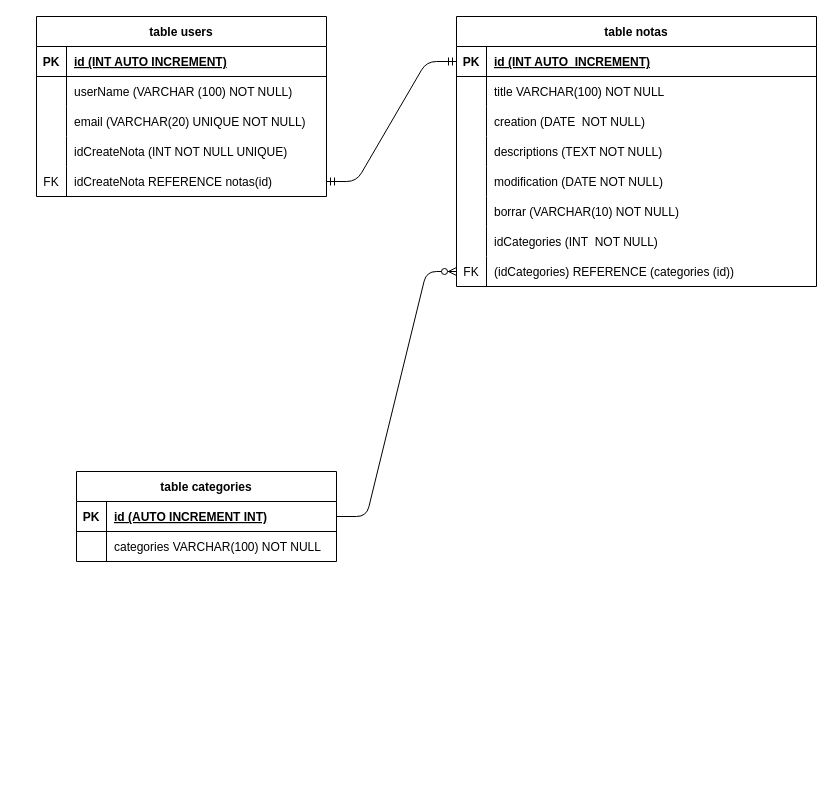
Before: dibujo.drawio in julianCaloggi/tp-mysql, a draw.io diagram. Source tidied: cells renumbered, new cells numbered last; positions are measured from the earlier drawing's top-left corner, leaving out a move shared by most shapes. Both pictures are drawn from the tidied source at 100%, with x=0, y=0 at pixel (36, 16).
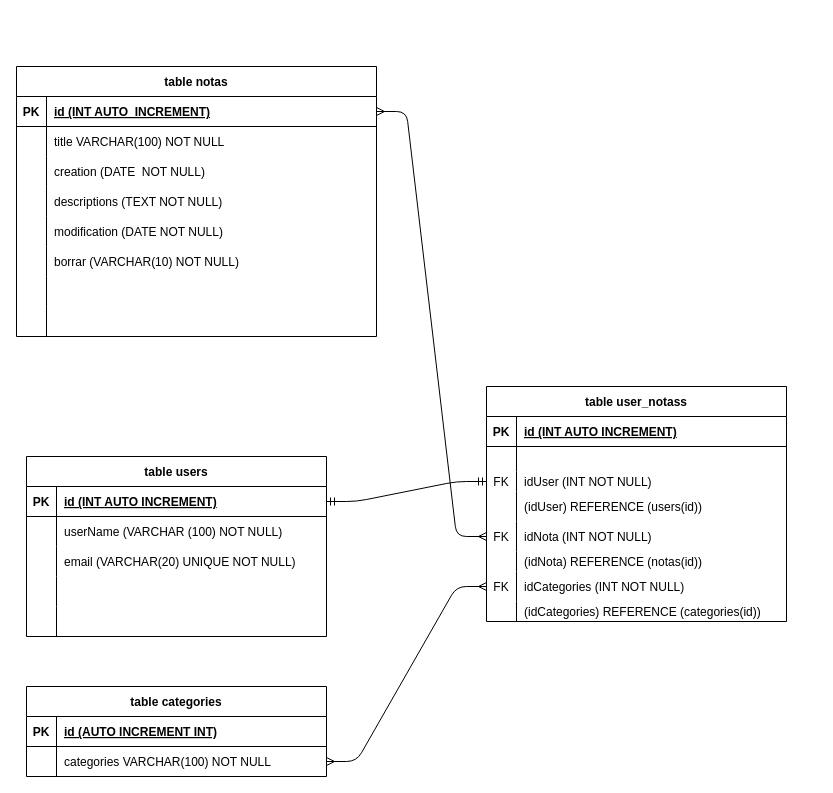
The same page after the edit.

The change refers to these unchanged cells:
```xml
<mxCell id="10" style="shape=partialRectangle;fillColor=none;top=0;left=0;bottom=1;right=0;points=[[0,0.5],[1,0.5]];portConstraint=eastwest;" parent="9" vertex="1">
  <mxGeometry y="30" width="360" height="30" as="geometry" />
</mxCell>
<mxCell id="28" style="shape=partialRectangle;fillColor=none;top=0;left=0;bottom=0;right=0;" parent="9" vertex="1">
  <mxGeometry y="210" width="360" height="30" as="geometry" />
</mxCell>
<mxCell id="31" style="shape=partialRectangle;fillColor=none;top=0;left=0;bottom=0;right=0;points=[[0,0.5],[1,0.5]];portConstraint=eastwest;" parent="9" vertex="1">
  <mxGeometry y="240" width="360" height="30" as="geometry" />
</mxCell>
```

Change to the diagram source:
```diff
@@
     <mxCell id="2" value="table categories" style="shape=table;startSize=30;childLayout=tableLayout;rowLines=0;fontStyle=1;align=center;" parent="1" vertex="1">
-      <mxGeometry x="40" y="455" width="260" height="90" as="geometry" />
+      <mxGeometry x="-10" y="670" width="300" height="90" as="geometry" />
     </mxCell>
     <mxCell id="3" style="shape=partialRectangle;fillColor=none;top=0;left=0;bottom=1;right=0;points=[[0,0.5],[1,0.5]];portConstraint=eastwest;" parent="2" vertex="1">
-      <mxGeometry y="30" width="260" height="30" as="geometry" />
+      <mxGeometry y="30" width="300" height="30" as="geometry" />
     </mxCell>
@@
     <mxCell id="5" value="id (AUTO INCREMENT INT)" style="shape=partialRectangle;fillColor=none;top=0;left=0;bottom=0;right=0;align=left;spacingLeft=6;fontStyle=5;overflow=hidden;" parent="3" vertex="1">
-      <mxGeometry x="30" width="230" height="30" as="geometry" />
+      <mxGeometry x="30" width="270" height="30" as="geometry" />
     </mxCell>
     <mxCell id="6" style="shape=partialRectangle;fillColor=none;top=0;left=0;bottom=0;right=0;points=[[0,0.5],[1,0.5]];portConstraint=eastwest;" parent="2" vertex="1">
-      <mxGeometry y="60" width="260" height="30" as="geometry" />
+      <mxGeometry y="60" width="300" height="30" as="geometry" />
     </mxCell>
@@
     <mxCell id="8" value="categories VARCHAR(100) NOT NULL" style="shape=partialRectangle;fillColor=none;top=0;left=0;bottom=0;right=0;align=left;spacingLeft=6;overflow=hidden;" parent="6" vertex="1">
-      <mxGeometry x="30" width="230" height="30" as="geometry" />
+      <mxGeometry x="30" width="270" height="30" as="geometry" />
     </mxCell>
     <mxCell id="9" value="table notas" style="shape=table;startSize=30;childLayout=tableLayout;rowLines=0;fontStyle=1;align=center;" parent="1" vertex="1">
-      <mxGeometry x="420" width="360" height="270" as="geometry" />
+      <mxGeometry x="-20" y="50" width="360" height="270" as="geometry" />
     </mxCell>
@@
-    <mxCell id="30" value="idCategories (INT  NOT NULL)" style="shape=partialRectangle;fillColor=none;top=0;left=0;bottom=0;right=0;align=left;spacingLeft=6;overflow=hidden;" parent="28" vertex="1">
+    <mxCell id="30" style="shape=partialRectangle;fillColor=none;top=0;left=0;bottom=0;right=0;align=left;spacingLeft=6;overflow=hidden;" parent="28" vertex="1">
       <mxGeometry x="30" width="330" height="30" as="geometry" />
     </mxCell>
@@
-    <mxCell id="32" value="FK" style="shape=partialRectangle;fillColor=none;top=0;left=0;bottom=0;right=0;overflow=hidden;" parent="31" vertex="1">
+    <mxCell id="32" style="shape=partialRectangle;fillColor=none;top=0;left=0;bottom=0;right=0;overflow=hidden;" parent="31" vertex="1">
       <mxGeometry width="30" height="30" as="geometry" />
     </mxCell>
-    <mxCell id="33" value="(idCategories) REFERENCE (categories (id))" style="shape=partialRectangle;fillColor=none;top=0;left=0;bottom=0;right=0;align=left;spacingLeft=6;overflow=hidden;" parent="31" vertex="1">
+    <mxCell id="33" style="shape=partialRectangle;fillColor=none;top=0;left=0;bottom=0;right=0;align=left;spacingLeft=6;overflow=hidden;" parent="31" vertex="1">
       <mxGeometry x="30" width="330" height="30" as="geometry" />
     </mxCell>
-    <mxCell id="34" style="edgeStyle=entityRelationEdgeStyle;fontSize=12;html=1;endArrow=ERzeroToMany;endFill=1;entryX=0;entryY=0.5;entryDx=0;entryDy=0;exitX=1;exitY=0.5;exitDx=0;exitDy=0;" parent="1" edge="1" source="3" target="31">
-      <mxGeometry relative="1" as="geometry" />
-    </mxCell>
     <mxCell id="35" value="table users" style="shape=table;startSize=30;childLayout=tableLayout;rowLines=0;fontStyle=1;align=center;" parent="1" vertex="1">
-      <mxGeometry width="290" height="180" as="geometry" />
+      <mxGeometry x="-10" y="440" width="300" height="180" as="geometry" />
     </mxCell>
     <mxCell id="36" style="shape=partialRectangle;fillColor=none;top=0;left=0;bottom=1;right=0;points=[[0,0.5],[1,0.5]];portConstraint=eastwest;" parent="35" vertex="1">
-      <mxGeometry y="30" width="290" height="30" as="geometry" />
+      <mxGeometry y="30" width="300" height="30" as="geometry" />
     </mxCell>
@@
     <mxCell id="38" value="id (INT AUTO INCREMENT)" style="shape=partialRectangle;fillColor=none;top=0;left=0;bottom=0;right=0;align=left;spacingLeft=6;fontStyle=5;overflow=hidden;" parent="36" vertex="1">
-      <mxGeometry x="30" width="260" height="30" as="geometry" />
+      <mxGeometry x="30" width="270" height="30" as="geometry" />
     </mxCell>
     <mxCell id="39" style="shape=partialRectangle;fillColor=none;top=0;left=0;bottom=0;right=0;" parent="35" vertex="1">
-      <mxGeometry y="60" width="290" height="30" as="geometry" />
+      <mxGeometry y="60" width="300" height="30" as="geometry" />
     </mxCell>
@@
     <mxCell id="41" value="userName (VARCHAR (100) NOT NULL)" style="shape=partialRectangle;fillColor=none;top=0;left=0;bottom=0;right=0;align=left;spacingLeft=6;overflow=hidden;" parent="39" vertex="1">
-      <mxGeometry x="30" width="260" height="30" as="geometry" />
+      <mxGeometry x="30" width="270" height="30" as="geometry" />
     </mxCell>
     <mxCell id="42" style="shape=partialRectangle;fillColor=none;top=0;left=0;bottom=0;right=0;" parent="35" vertex="1">
-      <mxGeometry y="90" width="290" height="30" as="geometry" />
+      <mxGeometry y="90" width="300" height="30" as="geometry" />
     </mxCell>
@@
     <mxCell id="44" value="email (VARCHAR(20) UNIQUE NOT NULL)" style="shape=partialRectangle;fillColor=none;top=0;left=0;bottom=0;right=0;align=left;spacingLeft=6;overflow=hidden;" parent="42" vertex="1">
-      <mxGeometry x="30" width="260" height="30" as="geometry" />
+      <mxGeometry x="30" width="270" height="30" as="geometry" />
     </mxCell>
     <mxCell id="45" style="shape=partialRectangle;fillColor=none;top=0;left=0;bottom=0;right=0;" parent="35" vertex="1">
-      <mxGeometry y="120" width="290" height="30" as="geometry" />
+      <mxGeometry y="120" width="300" height="30" as="geometry" />
     </mxCell>
@@
-    <mxCell id="47" value="idCreateNota (INT NOT NULL UNIQUE)" style="shape=partialRectangle;fillColor=none;top=0;left=0;bottom=0;right=0;align=left;spacingLeft=6;overflow=hidden;" parent="45" vertex="1">
-      <mxGeometry x="30" width="260" height="30" as="geometry" />
+    <mxCell id="47" style="shape=partialRectangle;fillColor=none;top=0;left=0;bottom=0;right=0;align=left;spacingLeft=6;overflow=hidden;" parent="45" vertex="1">
+      <mxGeometry x="30" width="270" height="30" as="geometry" />
     </mxCell>
     <mxCell id="48" style="shape=partialRectangle;fillColor=none;top=0;left=0;bottom=0;right=0;points=[[0,0.5],[1,0.5]];portConstraint=eastwest;" parent="35" vertex="1">
-      <mxGeometry y="150" width="290" height="30" as="geometry" />
+      <mxGeometry y="150" width="300" height="30" as="geometry" />
     </mxCell>
-    <mxCell id="49" value="FK" style="shape=partialRectangle;fillColor=none;top=0;left=0;bottom=0;right=0;overflow=hidden;" parent="48" vertex="1">
+    <mxCell id="49" style="shape=partialRectangle;fillColor=none;top=0;left=0;bottom=0;right=0;overflow=hidden;" parent="48" vertex="1">
       <mxGeometry width="30" height="30" as="geometry" />
     </mxCell>
-    <mxCell id="50" value="idCreateNota REFERENCE notas(id) " style="shape=partialRectangle;fillColor=none;top=0;left=0;bottom=0;right=0;align=left;spacingLeft=6;overflow=hidden;" parent="48" vertex="1">
-      <mxGeometry x="30" width="260" height="30" as="geometry" />
+    <mxCell id="50" style="shape=partialRectangle;fillColor=none;top=0;left=0;bottom=0;right=0;align=left;spacingLeft=6;overflow=hidden;" parent="48" vertex="1">
+      <mxGeometry x="30" width="270" height="30" as="geometry" />
     </mxCell>
-    <mxCell id="51" style="edgeStyle=entityRelationEdgeStyle;fontSize=12;html=1;endArrow=ERmandOne;startArrow=ERmandOne;entryX=0;entryY=0.5;entryDx=0;entryDy=0;exitX=1;exitY=0.5;exitDx=0;exitDy=0;" parent="1" edge="1" source="48" target="10">
-      <mxGeometry relative="1" as="geometry" />
+    <mxCell id="51" value="table user_notass" style="shape=table;startSize=30;childLayout=tableLayout;rowLines=0;fontStyle=1;align=center;" parent="1" vertex="1">
+      <mxGeometry x="450" y="370" width="300" height="235" as="geometry" />
     </mxCell>
+    <mxCell id="52" style="shape=partialRectangle;fillColor=none;top=0;left=0;bottom=1;right=0;" parent="51" vertex="1">
+      <mxGeometry y="30" width="300" height="30" as="geometry" />
+    </mxCell>
+    <mxCell id="53" value="PK" style="shape=partialRectangle;fillColor=none;top=0;left=0;bottom=0;right=0;fontStyle=1;overflow=hidden;" parent="52" vertex="1">
+      <mxGeometry width="30" height="30" as="geometry" />
+    </mxCell>
+    <mxCell id="54" value="id (INT AUTO INCREMENT)" style="shape=partialRectangle;fillColor=none;top=0;left=0;bottom=0;right=0;align=left;spacingLeft=6;fontStyle=5;overflow=hidden;" parent="52" vertex="1">
+      <mxGeometry x="30" width="270" height="30" as="geometry" />
+    </mxCell>
+    <mxCell id="55" style="shape=partialRectangle;fillColor=none;top=0;left=0;bottom=0;right=0;" parent="51" vertex="1">
+      <mxGeometry y="60" width="300" height="25" as="geometry" />
+    </mxCell>
+    <mxCell id="56" style="shape=partialRectangle;fillColor=none;top=0;left=0;bottom=0;right=0;overflow=hidden;" parent="55" vertex="1">
+      <mxGeometry width="30" height="25" as="geometry" />
+    </mxCell>
+    <mxCell id="57" style="shape=partialRectangle;fillColor=none;top=0;left=0;bottom=0;right=0;align=left;spacingLeft=6;overflow=hidden;" parent="55" vertex="1">
+      <mxGeometry x="30" width="270" height="25" as="geometry" />
+    </mxCell>
+    <mxCell id="58" style="shape=partialRectangle;fillColor=none;top=0;left=0;bottom=0;right=0;points=[[0,0.5],[1,0.5]];portConstraint=eastwest;" parent="51" vertex="1">
+      <mxGeometry y="85" width="300" height="20" as="geometry" />
+    </mxCell>
+    <mxCell id="59" value="FK" style="shape=partialRectangle;fillColor=none;top=0;left=0;bottom=0;right=0;overflow=hidden;" parent="58" vertex="1">
+      <mxGeometry width="30" height="20" as="geometry" />
+    </mxCell>
+    <mxCell id="60" value="idUser (INT NOT NULL)" style="shape=partialRectangle;fillColor=none;top=0;left=0;bottom=0;right=0;align=left;spacingLeft=6;overflow=hidden;" parent="58" vertex="1">
+      <mxGeometry x="30" width="270" height="20" as="geometry" />
+    </mxCell>
+    <mxCell id="61" style="shape=partialRectangle;fillColor=none;top=0;left=0;bottom=0;right=0;" parent="51" vertex="1">
+      <mxGeometry y="105" width="300" height="30" as="geometry" />
+    </mxCell>
+    <mxCell id="62" style="shape=partialRectangle;fillColor=none;top=0;left=0;bottom=0;right=0;overflow=hidden;" parent="61" vertex="1">
+      <mxGeometry width="30" height="30" as="geometry" />
+    </mxCell>
+    <mxCell id="63" value="(idUser) REFERENCE (users(id))" style="shape=partialRectangle;fillColor=none;top=0;left=0;bottom=0;right=0;align=left;spacingLeft=6;overflow=hidden;" parent="61" vertex="1">
+      <mxGeometry x="30" width="270" height="30" as="geometry" />
+    </mxCell>
+    <mxCell id="64" style="shape=partialRectangle;fillColor=none;top=0;left=0;bottom=0;right=0;points=[[0,0.5],[1,0.5]];portConstraint=eastwest;" parent="51" vertex="1">
+      <mxGeometry y="135" width="300" height="30" as="geometry" />
+    </mxCell>
+    <mxCell id="65" value="FK" style="shape=partialRectangle;fillColor=none;top=0;left=0;bottom=0;right=0;overflow=hidden;" parent="64" vertex="1">
+      <mxGeometry width="30" height="30" as="geometry" />
+    </mxCell>
+    <mxCell id="66" value="idNota (INT NOT NULL)" style="shape=partialRectangle;fillColor=none;top=0;left=0;bottom=0;right=0;align=left;spacingLeft=6;overflow=hidden;" parent="64" vertex="1">
+      <mxGeometry x="30" width="270" height="30" as="geometry" />
+    </mxCell>
+    <mxCell id="67" style="shape=partialRectangle;fillColor=none;top=0;left=0;bottom=0;right=0;" parent="51" vertex="1">
+      <mxGeometry y="165" width="300" height="20" as="geometry" />
+    </mxCell>
+    <mxCell id="68" style="shape=partialRectangle;fillColor=none;top=0;left=0;bottom=0;right=0;overflow=hidden;" parent="67" vertex="1">
+      <mxGeometry width="30" height="20" as="geometry" />
+    </mxCell>
+    <mxCell id="69" value="(idNota) REFERENCE (notas(id))" style="shape=partialRectangle;fillColor=none;top=0;left=0;bottom=0;right=0;align=left;spacingLeft=6;overflow=hidden;" parent="67" vertex="1">
+      <mxGeometry x="30" width="270" height="20" as="geometry" />
+    </mxCell>
+    <mxCell id="70" style="shape=partialRectangle;fillColor=none;top=0;left=0;bottom=0;right=0;points=[[0,0.5],[1,0.5]];portConstraint=eastwest;" parent="51" vertex="1">
+      <mxGeometry y="185" width="300" height="30" as="geometry" />
+    </mxCell>
+    <mxCell id="71" value="FK" style="shape=partialRectangle;fillColor=none;top=0;left=0;bottom=0;right=0;overflow=hidden;" parent="70" vertex="1">
+      <mxGeometry width="30" height="30" as="geometry" />
+    </mxCell>
+    <mxCell id="72" value="idCategories (INT NOT NULL)" style="shape=partialRectangle;fillColor=none;top=0;left=0;bottom=0;right=0;align=left;spacingLeft=6;overflow=hidden;" parent="70" vertex="1">
+      <mxGeometry x="30" width="270" height="30" as="geometry" />
+    </mxCell>
+    <mxCell id="73" style="shape=partialRectangle;fillColor=none;top=0;left=0;bottom=0;right=0;" parent="51" vertex="1">
+      <mxGeometry y="215" width="300" height="20" as="geometry" />
+    </mxCell>
+    <mxCell id="74" style="shape=partialRectangle;fillColor=none;top=0;left=0;bottom=0;right=0;overflow=hidden;" parent="73" vertex="1">
+      <mxGeometry width="30" height="20" as="geometry" />
+    </mxCell>
+    <mxCell id="75" value="(idCategories) REFERENCE (categories(id))" style="shape=partialRectangle;fillColor=none;top=0;left=0;bottom=0;right=0;align=left;spacingLeft=6;overflow=hidden;" parent="73" vertex="1">
+      <mxGeometry x="30" width="270" height="20" as="geometry" />
+    </mxCell>
+    <mxCell id="76" style="edgeStyle=entityRelationEdgeStyle;fontSize=12;html=1;endArrow=ERmany;startArrow=ERmany;entryX=0;entryY=0.5;entryDx=0;entryDy=0;exitX=1;exitY=0.5;exitDx=0;exitDy=0;" parent="1" edge="1" source="6" target="70">
+      <mxGeometry relative="1" as="geometry" />
+    </mxCell>
+    <mxCell id="77" style="edgeStyle=entityRelationEdgeStyle;fontSize=12;html=1;endArrow=ERmandOne;startArrow=ERmandOne;exitX=1;exitY=0.5;exitDx=0;exitDy=0;entryX=0;entryY=0.5;entryDx=0;entryDy=0;" parent="1" edge="1" source="36" target="58">
+      <mxGeometry relative="1" as="geometry" />
+    </mxCell>
+    <mxCell id="78" style="edgeStyle=entityRelationEdgeStyle;fontSize=12;html=1;endArrow=ERmany;startArrow=ERmany;entryX=0;entryY=0.5;entryDx=0;entryDy=0;exitX=1;exitY=0.5;exitDx=0;exitDy=0;" parent="1" edge="1" source="10" target="64">
+      <mxGeometry relative="1" as="geometry" />
+    </mxCell>
```
